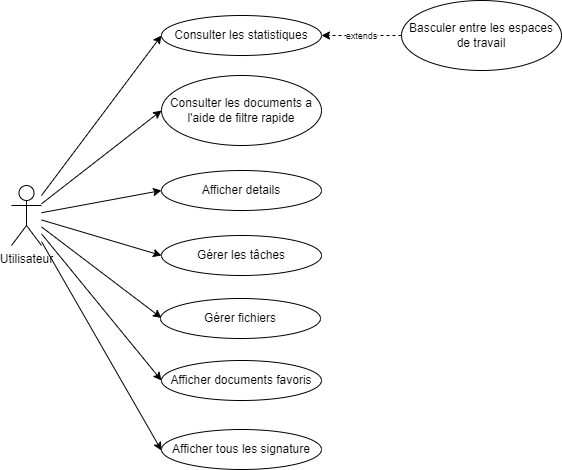
Above: images_pfe/use_case_sprint_7.png in PFE-Neoledge-2023/rapport (draw.io), before the change. Source tidied: cells renumbered, new cells last; positions are measured from the earlier drawing's top-left corner, leaving out a move shared by most shapes.
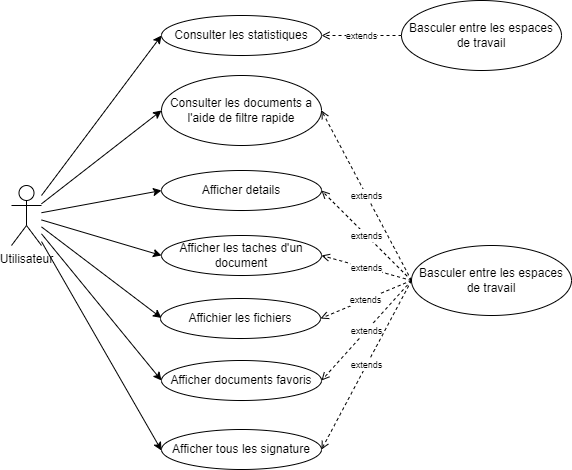
After the commit.

Change to the diagram source:
```diff
@@ -42,7 +42,7 @@
     <mxCell id="11" value="Consulter les documents a l'aide de filtre rapide" style="ellipse;whiteSpace=wrap;html=1;" parent="1" vertex="1">
       <mxGeometry x="150" y="75" width="160" height="70" as="geometry" />
     </mxCell>
-    <mxCell id="12" value="&lt;font style=&quot;font-size: 9px;&quot;&gt;extends&lt;/font&gt;" style="edgeStyle=none;html=1;entryX=1;entryY=0.5;entryDx=0;entryDy=0;dashed=1;startArrow=none;startFill=0;endArrow=classic;endFill=1;exitX=0;exitY=0.5;exitDx=0;exitDy=0;" parent="1" edge="1" source="13" target="10">
+    <mxCell id="12" value="&lt;font style=&quot;font-size: 9px;&quot;&gt;extends&lt;/font&gt;" style="edgeStyle=none;html=1;entryX=1;entryY=0.5;entryDx=0;entryDy=0;dashed=1;startArrow=none;startFill=0;endArrow=open;endFill=0;exitX=0;exitY=0.5;exitDx=0;exitDy=0;" parent="1" edge="1" source="13" target="10">
       <mxGeometry relative="1" as="geometry" />
     </mxCell>
     <mxCell id="13" value="Basculer entre les espaces de travail" style="ellipse;whiteSpace=wrap;html=1;" parent="1" vertex="1">
@@ -51,10 +51,10 @@
     <mxCell id="14" value="Afficher details" style="ellipse;whiteSpace=wrap;html=1;" parent="1" vertex="1">
       <mxGeometry x="150" y="170" width="160" height="40" as="geometry" />
     </mxCell>
-    <mxCell id="15" value="Gérer les tâches" style="ellipse;whiteSpace=wrap;html=1;" parent="1" vertex="1">
+    <mxCell id="15" value="Afficher les taches d'un document" style="ellipse;whiteSpace=wrap;html=1;" parent="1" vertex="1">
       <mxGeometry x="150" y="235" width="160" height="40" as="geometry" />
     </mxCell>
-    <mxCell id="16" value="Gérer fichiers" style="ellipse;whiteSpace=wrap;html=1;" parent="1" vertex="1">
+    <mxCell id="16" value="Affichier les fichiers" style="ellipse;whiteSpace=wrap;html=1;" parent="1" vertex="1">
       <mxGeometry x="149" y="298" width="160" height="40" as="geometry" />
     </mxCell>
     <mxCell id="17" value="Aﬀicher documents favoris" style="ellipse;whiteSpace=wrap;html=1;" parent="1" vertex="1">
@@ -63,5 +63,26 @@
     <mxCell id="18" value="Afficher tous les signature" style="ellipse;whiteSpace=wrap;html=1;" parent="1" vertex="1">
       <mxGeometry x="150" y="429" width="160" height="40" as="geometry" />
     </mxCell>
+    <mxCell id="19" value="&lt;font style=&quot;font-size: 9px;&quot;&gt;extends&lt;/font&gt;" style="edgeStyle=none;html=1;entryX=1;entryY=0.5;entryDx=0;entryDy=0;dashed=1;startArrow=none;startFill=0;endArrow=open;endFill=0;exitX=0;exitY=0.5;exitDx=0;exitDy=0;" parent="1" edge="1" source="20" target="11">
+      <mxGeometry relative="1" as="geometry" />
+    </mxCell>
+    <mxCell id="20" value="Basculer entre les espaces de travail" style="ellipse;whiteSpace=wrap;html=1;" parent="1" vertex="1">
+      <mxGeometry x="400" y="245" width="160" height="70" as="geometry" />
+    </mxCell>
+    <mxCell id="21" value="&lt;font style=&quot;font-size: 9px;&quot;&gt;extends&lt;/font&gt;" style="edgeStyle=none;html=1;entryX=1;entryY=0.5;entryDx=0;entryDy=0;dashed=1;startArrow=none;startFill=0;endArrow=open;endFill=0;exitX=0;exitY=0.5;exitDx=0;exitDy=0;" parent="1" edge="1" source="20" target="14">
+      <mxGeometry relative="1" as="geometry" />
+    </mxCell>
+    <mxCell id="22" value="&lt;font style=&quot;font-size: 9px;&quot;&gt;extends&lt;/font&gt;" style="edgeStyle=none;html=1;entryX=1;entryY=0.5;entryDx=0;entryDy=0;dashed=1;startArrow=none;startFill=0;endArrow=open;endFill=0;exitX=0;exitY=0.5;exitDx=0;exitDy=0;" parent="1" edge="1" source="20" target="15">
+      <mxGeometry relative="1" as="geometry" />
+    </mxCell>
+    <mxCell id="23" value="&lt;font style=&quot;font-size: 9px;&quot;&gt;extends&lt;/font&gt;" style="edgeStyle=none;html=1;entryX=1;entryY=0.5;entryDx=0;entryDy=0;dashed=1;startArrow=none;startFill=0;endArrow=open;endFill=0;exitX=0;exitY=0.5;exitDx=0;exitDy=0;" parent="1" edge="1" source="20" target="16">
+      <mxGeometry relative="1" as="geometry" />
+    </mxCell>
+    <mxCell id="24" value="&lt;font style=&quot;font-size: 9px;&quot;&gt;extends&lt;/font&gt;" style="edgeStyle=none;html=1;entryX=1;entryY=0.5;entryDx=0;entryDy=0;dashed=1;startArrow=none;startFill=0;endArrow=open;endFill=0;exitX=0;exitY=0.5;exitDx=0;exitDy=0;" parent="1" edge="1" source="20" target="17">
+      <mxGeometry relative="1" as="geometry" />
+    </mxCell>
+    <mxCell id="25" value="&lt;font style=&quot;font-size: 9px;&quot;&gt;extends&lt;/font&gt;" style="edgeStyle=none;html=1;entryX=1;entryY=0.5;entryDx=0;entryDy=0;dashed=1;startArrow=none;startFill=0;endArrow=open;endFill=0;exitX=0;exitY=0.5;exitDx=0;exitDy=0;" parent="1" edge="1" source="20" target="18">
+      <mxGeometry relative="1" as="geometry" />
+    </mxCell>
   </root>
 </mxGraphModel>
```
